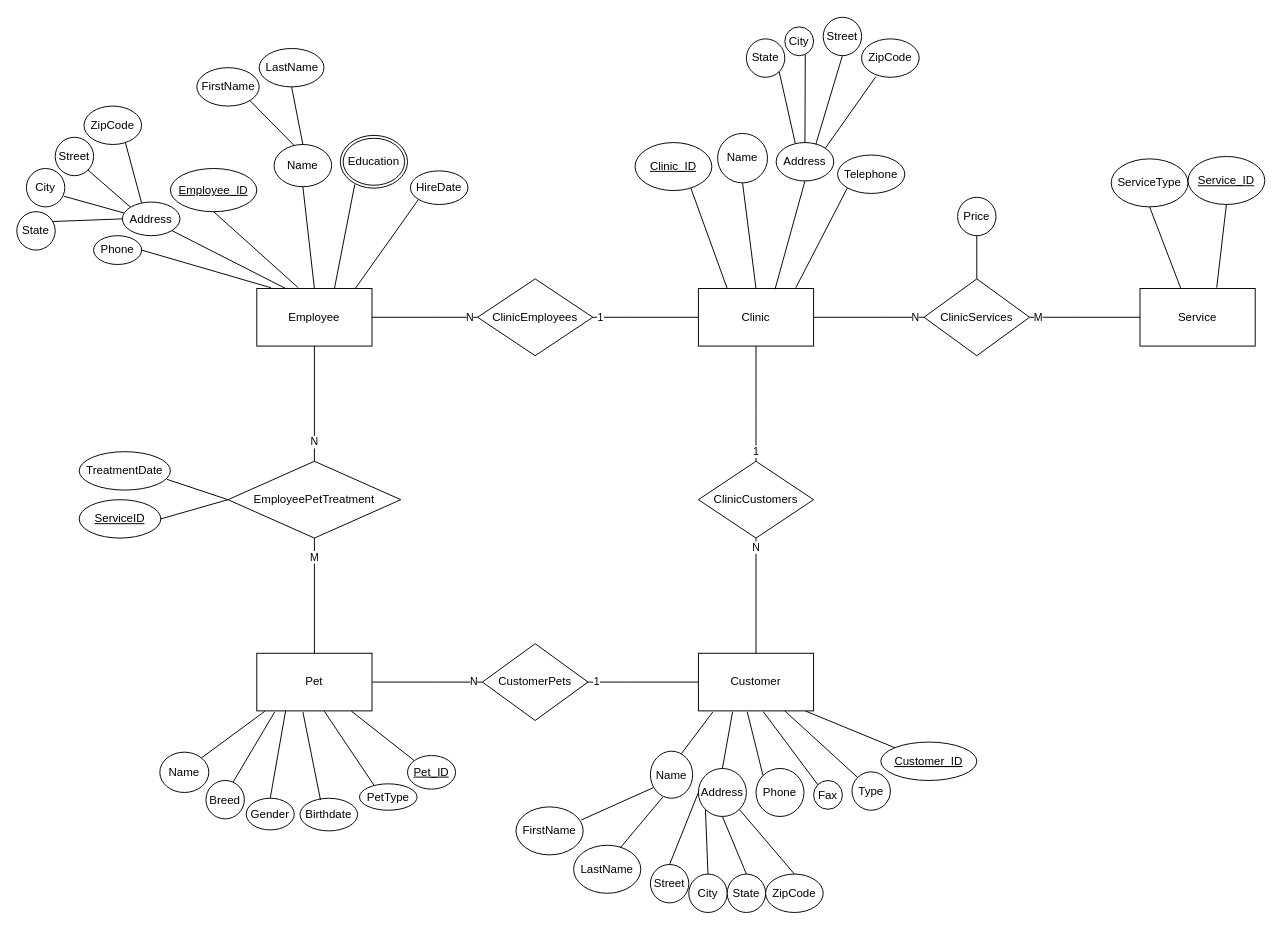
Earlier version of the draw.io diagram Databas_Labb2.drawio (null15/Database_University). Source tidied: cells renumbered, new cells numbered last; positions are measured from the earlier drawing's top-left corner, leaving out a move shared by most shapes. Both pictures are drawn from the tidied source at 96%, with x=0, y=0 at pixel (16, 17).
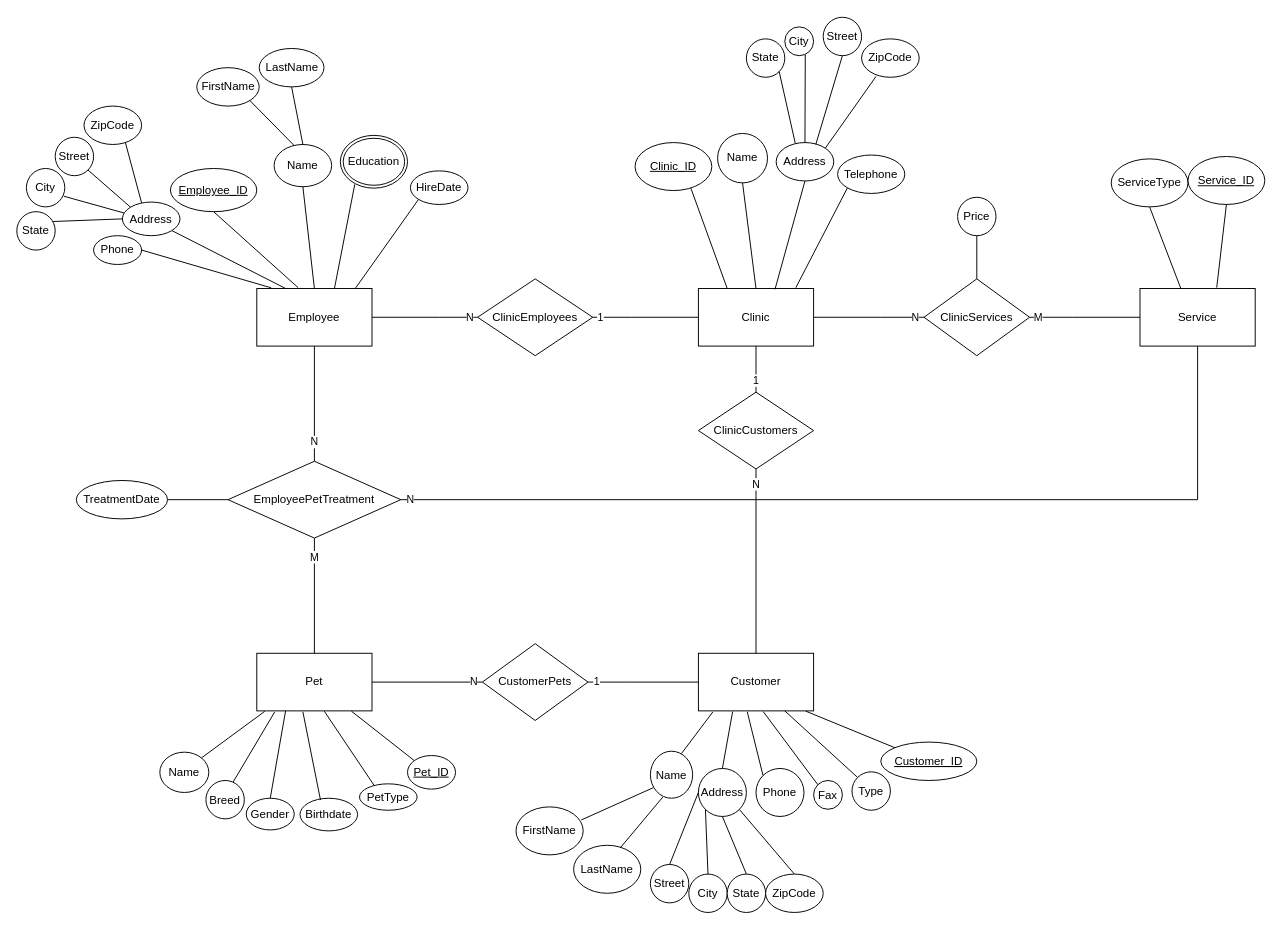
Above is the later version.

Unchanged cells that the change refers to:
```xml
<mxCell id="3" value="Clinic" style="rounded=0;whiteSpace=wrap;html=1;" parent="1" vertex="1">
  <mxGeometry x="710" y="282" width="120" height="60" as="geometry" />
</mxCell>
<mxCell id="6" value="Service" style="rounded=0;whiteSpace=wrap;html=1;" parent="1" vertex="1">
  <mxGeometry x="1170" y="282" width="120" height="60" as="geometry" />
</mxCell>
<mxCell id="7" value="EmployeePetTreatment" style="shape=rhombus;perimeter=rhombusPerimeter;whiteSpace=wrap;html=1;align=center;" parent="1" vertex="1">
  <mxGeometry x="220" y="462" width="180" height="80" as="geometry" />
</mxCell>
```

What changed in the source:
```diff
@@
+    <mxCell id="108" value="N" style="edgeStyle=orthogonalEdgeStyle;rounded=0;jettySize=auto;html=1;exitX=1;exitY=0.5;exitDx=0;exitDy=0;entryX=0.5;entryY=1;entryDx=0;entryDy=0;endArrow=none;endFill=0;" parent="1" edge="1" source="7" target="6">
+      <mxGeometry x="-0.98" relative="1" as="geometry" />
+    </mxCell>
@@
     <mxCell id="8" value="ClinicCustomers" style="shape=rhombus;perimeter=rhombusPerimeter;whiteSpace=wrap;html=1;align=center;" parent="1" vertex="1">
-      <mxGeometry x="710" y="462" width="120" height="80" as="geometry" />
+      <mxGeometry x="710" y="390" width="120" height="80" as="geometry" />
     </mxCell>
-    <mxCell id="9" value="1" style="endArrow=none;html=1;rounded=0;exitX=0.5;exitY=0;exitDx=0;exitDy=0;entryX=0.5;entryY=1;entryDx=0;entryDy=0;" parent="1" edge="1" source="8" target="3">
-      <mxGeometry x="-0.83" relative="1" as="geometry">
-        <Array as="points">
-          <mxPoint x="770" y="412" />
-        </Array>
-      </mxGeometry>
-    </mxCell>
@@
+    <mxCell id="109" style="edgeStyle=orthogonalEdgeStyle;rounded=0;jettySize=auto;html=1;exitX=1;exitY=0.5;exitDx=0;exitDy=0;entryX=0;entryY=0.5;entryDx=0;entryDy=0;endArrow=none;endFill=0;" parent="1" edge="1" source="84" target="7">
+      <mxGeometry relative="1" as="geometry" />
+    </mxCell>
     <mxCell id="84" value="TreatmentDate" style="ellipse;whiteSpace=wrap;html=1;" parent="1" vertex="1">
-      <mxGeometry x="65" y="452" width="95" height="40" as="geometry" />
+      <mxGeometry x="62" y="482" width="95" height="40" as="geometry" />
     </mxCell>
-    <mxCell id="85" value="&lt;u&gt;ServiceID&lt;/u&gt;" style="ellipse;whiteSpace=wrap;html=1;" parent="1" vertex="1">
-      <mxGeometry x="65" y="502" width="85" height="40" as="geometry" />
-    </mxCell>
@@
-    <mxCell id="104" style="endArrow=none;html=1;rounded=0;entryX=0.961;entryY=0.719;entryDx=0;entryDy=0;entryPerimeter=0;exitX=0;exitY=0.5;exitDx=0;exitDy=0;" parent="1" edge="1" source="7" target="84">
-      <mxGeometry relative="1" as="geometry" />
-    </mxCell>
-    <mxCell id="105" style="endArrow=none;html=1;rounded=0;entryX=1;entryY=0.5;entryDx=0;entryDy=0;exitX=0;exitY=0.5;exitDx=0;exitDy=0;" parent="1" edge="1" source="7" target="85">
-      <mxGeometry relative="1" as="geometry" />
-    </mxCell>
@@
+    <mxCell id="9" value="1" style="endArrow=none;html=1;rounded=0;entryX=0.5;entryY=1;entryDx=0;entryDy=0;exitX=0.5;exitY=0;exitDx=0;exitDy=0;" parent="1" edge="1" source="8" target="3">
+      <mxGeometry x="-0.5" relative="1" as="geometry" />
+    </mxCell>
```
